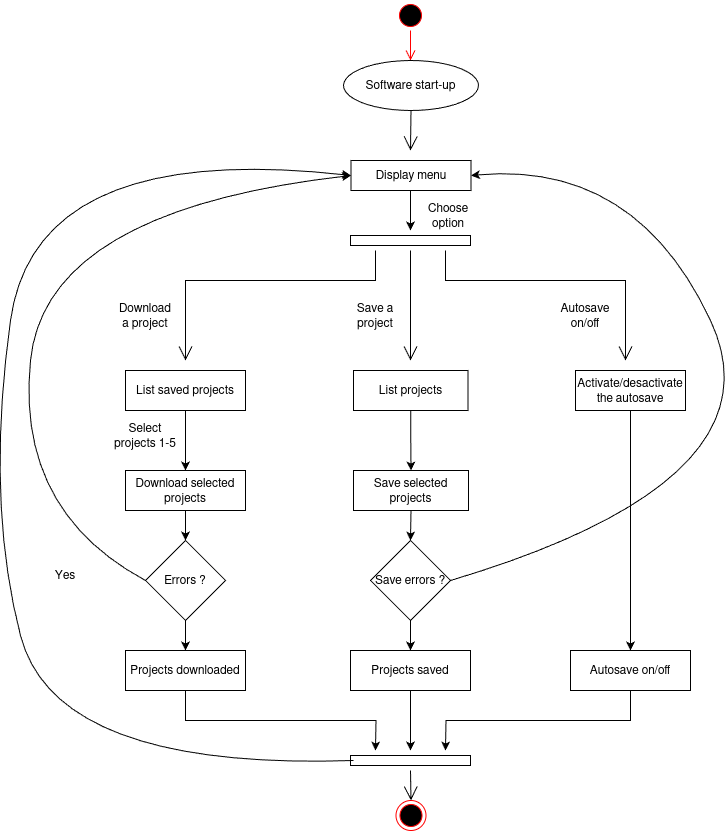
Above: ressources/activity_diagram.png in saadaouis/Projet_GL (draw.io), before the change. Source tidied: cells renumbered, new cells last; positions are measured from the earlier drawing's top-left corner, leaving out a move shared by most shapes. Its diagram source:
```xml
<mxGraphModel background="light-dark(#FFFFFF,#818181)">
  <root>
    <mxCell id="0" />
    <mxCell id="1" parent="0" />
    <mxCell id="2" style="ellipse;html=1;shape=startState;fillColor=#000000;strokeColor=#ff0000;" parent="1" vertex="1">
      <mxGeometry x="410" width="30" height="30" as="geometry" />
    </mxCell>
    <mxCell id="3" style="edgeStyle=orthogonalEdgeStyle;html=1;verticalAlign=bottom;endArrow=open;endSize=8;strokeColor=#ff0000;rounded=0;" parent="1" edge="1" source="2">
      <mxGeometry relative="1" as="geometry">
        <mxPoint x="425" y="60" as="targetPoint" />
      </mxGeometry>
    </mxCell>
    <mxCell id="4" value="Software start-up" style="ellipse;whiteSpace=wrap;html=1;" parent="1" vertex="1">
      <mxGeometry x="358" y="60" width="135" height="50" as="geometry" />
    </mxCell>
    <mxCell id="5" style="endArrow=open;endFill=1;endSize=12;html=1;rounded=0;exitX=0.5;exitY=1;exitDx=0;exitDy=0;" parent="1" edge="1" source="4">
      <mxGeometry relative="1" as="geometry">
        <mxPoint x="425" y="150" as="targetPoint" />
      </mxGeometry>
    </mxCell>
    <mxCell id="6" style="html=1;perimeter=orthogonalPerimeter;targetShapes=umlLifeline;newEdgeStyle={&quot;curved&quot;:0,&quot;rounded&quot;:0};rotation=90;" parent="1" vertex="1">
      <mxGeometry x="420" y="180" width="10" height="120" as="geometry" />
    </mxCell>
    <mxCell id="7" style="endArrow=open;endFill=1;endSize=12;html=1;rounded=0;" parent="1" edge="1">
      <mxGeometry relative="1" as="geometry">
        <mxPoint x="460" y="250" as="sourcePoint" />
        <mxPoint x="640" y="360" as="targetPoint" />
        <Array as="points">
          <mxPoint x="460" y="280" />
          <mxPoint x="640" y="280" />
        </Array>
      </mxGeometry>
    </mxCell>
    <mxCell id="8" style="endArrow=open;endFill=1;endSize=12;html=1;rounded=0;" parent="1" edge="1">
      <mxGeometry relative="1" as="geometry">
        <mxPoint x="425" y="250" as="sourcePoint" />
        <mxPoint x="425" y="360" as="targetPoint" />
        <Array as="points">
          <mxPoint x="425" y="320" />
          <mxPoint x="425" y="360" />
        </Array>
      </mxGeometry>
    </mxCell>
    <mxCell id="9" style="endArrow=open;endFill=1;endSize=12;html=1;rounded=0;" parent="1" edge="1">
      <mxGeometry relative="1" as="geometry">
        <mxPoint x="390" y="250" as="sourcePoint" />
        <mxPoint x="200" y="360" as="targetPoint" />
        <Array as="points">
          <mxPoint x="390" y="280" />
          <mxPoint x="200" y="280" />
        </Array>
      </mxGeometry>
    </mxCell>
    <mxCell id="10" value="Choose option" style="text;html=1;align=center;verticalAlign=middle;whiteSpace=wrap;rounded=0;" parent="1" vertex="1">
      <mxGeometry x="433" y="200" width="60" height="30" as="geometry" />
    </mxCell>
    <mxCell id="11" value="Download a project" style="text;html=1;align=center;verticalAlign=middle;whiteSpace=wrap;rounded=0;" parent="1" vertex="1">
      <mxGeometry x="130" y="300" width="60" height="30" as="geometry" />
    </mxCell>
    <mxCell id="12" value="Save a project" style="text;html=1;align=center;verticalAlign=middle;whiteSpace=wrap;rounded=0;" parent="1" vertex="1">
      <mxGeometry x="360" y="300" width="60" height="30" as="geometry" />
    </mxCell>
    <mxCell id="13" value="Autosave on/off" style="text;html=1;align=center;verticalAlign=middle;whiteSpace=wrap;rounded=0;" parent="1" vertex="1">
      <mxGeometry x="570" y="300" width="60" height="30" as="geometry" />
    </mxCell>
    <mxCell id="14" style="edgeStyle=orthogonalEdgeStyle;rounded=0;jettySize=auto;html=1;exitX=0.5;exitY=1;exitDx=0;exitDy=0;entryX=0.5;entryY=0;entryDx=0;entryDy=0;" parent="1" edge="1" source="15" target="23">
      <mxGeometry relative="1" as="geometry" />
    </mxCell>
    <mxCell id="15" value="List saved projects" style="rounded=0;whiteSpace=wrap;html=1;" parent="1" vertex="1">
      <mxGeometry x="140" y="370" width="120" height="40" as="geometry" />
    </mxCell>
    <mxCell id="16" value="Display menu" style="rounded=0;whiteSpace=wrap;html=1;" parent="1" vertex="1">
      <mxGeometry x="365.5" y="160" width="120" height="30" as="geometry" />
    </mxCell>
    <mxCell id="17" style="endArrow=classic;html=1;rounded=0;" parent="1" edge="1">
      <mxGeometry relative="1" as="geometry">
        <mxPoint x="425" y="190" as="sourcePoint" />
        <mxPoint x="425" y="230" as="targetPoint" />
      </mxGeometry>
    </mxCell>
    <mxCell id="18" style="edgeStyle=orthogonalEdgeStyle;rounded=0;jettySize=auto;html=1;exitX=0.5;exitY=1;exitDx=0;exitDy=0;entryX=0.5;entryY=0;entryDx=0;entryDy=0;" parent="1" edge="1" source="19" target="32">
      <mxGeometry relative="1" as="geometry" />
    </mxCell>
    <mxCell id="19" value="List projects" style="rounded=0;whiteSpace=wrap;html=1;" parent="1" vertex="1">
      <mxGeometry x="368" y="370" width="114.5" height="40" as="geometry" />
    </mxCell>
    <mxCell id="20" style="edgeStyle=orthogonalEdgeStyle;rounded=0;jettySize=auto;html=1;exitX=0.5;exitY=1;exitDx=0;exitDy=0;entryX=0.5;entryY=0;entryDx=0;entryDy=0;" parent="1" edge="1" source="21" target="39">
      <mxGeometry relative="1" as="geometry" />
    </mxCell>
    <mxCell id="21" value="Activate/desactivate the autosave" style="rounded=0;whiteSpace=wrap;html=1;" parent="1" vertex="1">
      <mxGeometry x="590" y="370" width="110" height="40" as="geometry" />
    </mxCell>
    <mxCell id="22" style="edgeStyle=orthogonalEdgeStyle;rounded=0;jettySize=auto;html=1;exitX=0.5;exitY=1;exitDx=0;exitDy=0;entryX=0.5;entryY=0;entryDx=0;entryDy=0;" parent="1" edge="1" source="23" target="26">
      <mxGeometry relative="1" as="geometry" />
    </mxCell>
    <mxCell id="23" value="Download selected projects" style="rounded=0;whiteSpace=wrap;html=1;" parent="1" vertex="1">
      <mxGeometry x="140" y="470" width="120" height="40" as="geometry" />
    </mxCell>
    <mxCell id="24" value="Select projects 1-5" style="text;html=1;align=center;verticalAlign=middle;whiteSpace=wrap;rounded=0;" parent="1" vertex="1">
      <mxGeometry x="125" y="420" width="70" height="30" as="geometry" />
    </mxCell>
    <mxCell id="25" style="edgeStyle=orthogonalEdgeStyle;rounded=0;jettySize=auto;html=1;exitX=0.5;exitY=1;exitDx=0;exitDy=0;entryX=0.5;entryY=0;entryDx=0;entryDy=0;" parent="1" edge="1" source="26" target="30">
      <mxGeometry relative="1" as="geometry" />
    </mxCell>
    <mxCell id="26" value="Errors ?" style="rhombus;whiteSpace=wrap;html=1;" parent="1" vertex="1">
      <mxGeometry x="160" y="540" width="80" height="80" as="geometry" />
    </mxCell>
    <mxCell id="27" style="curved=1;endArrow=classic;html=1;rounded=0;exitX=0;exitY=0.5;exitDx=0;exitDy=0;entryX=0;entryY=0.5;entryDx=0;entryDy=0;" parent="1" edge="1" source="26" target="16">
      <mxGeometry relative="1" as="geometry">
        <Array as="points">
          <mxPoint x="30" y="510" />
          <mxPoint x="60" y="210" />
        </Array>
      </mxGeometry>
    </mxCell>
    <mxCell id="28" value="Yes" style="text;html=1;align=center;verticalAlign=middle;whiteSpace=wrap;rounded=0;" parent="1" vertex="1">
      <mxGeometry x="50" y="560" width="60" height="30" as="geometry" />
    </mxCell>
    <mxCell id="29" style="edgeStyle=orthogonalEdgeStyle;rounded=0;jettySize=auto;html=1;exitX=0.5;exitY=1;exitDx=0;exitDy=0;" parent="1" edge="1" source="30">
      <mxGeometry relative="1" as="geometry">
        <mxPoint x="390" y="750" as="targetPoint" />
      </mxGeometry>
    </mxCell>
    <mxCell id="30" value="Projects downloaded" style="rounded=0;whiteSpace=wrap;html=1;" parent="1" vertex="1">
      <mxGeometry x="140" y="650" width="120" height="40" as="geometry" />
    </mxCell>
    <mxCell id="31" style="edgeStyle=orthogonalEdgeStyle;rounded=0;jettySize=auto;html=1;exitX=0.5;exitY=1;exitDx=0;exitDy=0;entryX=0.5;entryY=0;entryDx=0;entryDy=0;" parent="1" edge="1" source="32" target="34">
      <mxGeometry relative="1" as="geometry" />
    </mxCell>
    <mxCell id="32" value="Save selected projects" style="rounded=0;whiteSpace=wrap;html=1;" parent="1" vertex="1">
      <mxGeometry x="368" y="470" width="115" height="40" as="geometry" />
    </mxCell>
    <mxCell id="33" style="edgeStyle=orthogonalEdgeStyle;rounded=0;jettySize=auto;html=1;exitX=0.5;exitY=1;exitDx=0;exitDy=0;entryX=0.5;entryY=0;entryDx=0;entryDy=0;" parent="1" edge="1" source="34" target="37">
      <mxGeometry relative="1" as="geometry" />
    </mxCell>
    <mxCell id="34" value="Save errors ?" style="rhombus;whiteSpace=wrap;html=1;" parent="1" vertex="1">
      <mxGeometry x="385" y="540" width="80" height="80" as="geometry" />
    </mxCell>
    <mxCell id="35" style="curved=1;endArrow=classic;html=1;rounded=0;entryX=1;entryY=0.5;entryDx=0;entryDy=0;" parent="1" edge="1" target="16">
      <mxGeometry relative="1" as="geometry">
        <mxPoint x="465" y="580" as="sourcePoint" />
        <Array as="points">
          <mxPoint x="800" y="480" />
          <mxPoint x="650" y="160" />
        </Array>
      </mxGeometry>
    </mxCell>
    <mxCell id="36" style="edgeStyle=orthogonalEdgeStyle;rounded=0;jettySize=auto;html=1;exitX=0.5;exitY=1;exitDx=0;exitDy=0;" parent="1" edge="1" source="37">
      <mxGeometry relative="1" as="geometry">
        <mxPoint x="425" y="750" as="targetPoint" />
      </mxGeometry>
    </mxCell>
    <mxCell id="37" value="Projects saved" style="rounded=0;whiteSpace=wrap;html=1;" parent="1" vertex="1">
      <mxGeometry x="365" y="650" width="120" height="40" as="geometry" />
    </mxCell>
    <mxCell id="38" style="edgeStyle=orthogonalEdgeStyle;rounded=0;jettySize=auto;html=1;exitX=0.5;exitY=1;exitDx=0;exitDy=0;" parent="1" edge="1" source="39">
      <mxGeometry relative="1" as="geometry">
        <mxPoint x="460" y="750" as="targetPoint" />
      </mxGeometry>
    </mxCell>
    <mxCell id="39" value="Autosave on/off" style="rounded=0;whiteSpace=wrap;html=1;" parent="1" vertex="1">
      <mxGeometry x="585" y="650" width="120" height="40" as="geometry" />
    </mxCell>
    <mxCell id="40" style="html=1;perimeter=orthogonalPerimeter;targetShapes=umlLifeline;newEdgeStyle={&quot;curved&quot;:0,&quot;rounded&quot;:0};rotation=90;" parent="1" vertex="1">
      <mxGeometry x="420" y="700" width="10" height="120" as="geometry" />
    </mxCell>
    <mxCell id="41" style="curved=1;endArrow=classic;html=1;rounded=0;entryX=0;entryY=0.5;entryDx=0;entryDy=0;" parent="1" edge="1" target="16">
      <mxGeometry relative="1" as="geometry">
        <mxPoint x="368" y="760" as="sourcePoint" />
        <Array as="points">
          <mxPoint x="70" y="770" />
          <mxPoint y="500" />
          <mxPoint x="50" y="140" />
        </Array>
      </mxGeometry>
    </mxCell>
    <mxCell id="42" style="ellipse;html=1;shape=endState;fillColor=#000000;strokeColor=#ff0000;" parent="1" vertex="1">
      <mxGeometry x="410.5" y="800" width="30" height="30" as="geometry" />
    </mxCell>
    <mxCell id="43" style="endArrow=open;endFill=1;endSize=12;html=1;rounded=0;entryX=0.5;entryY=0;entryDx=0;entryDy=0;" parent="1" edge="1" target="42">
      <mxGeometry relative="1" as="geometry">
        <mxPoint x="425" y="770" as="sourcePoint" />
      </mxGeometry>
    </mxCell>
  </root>
</mxGraphModel>
```
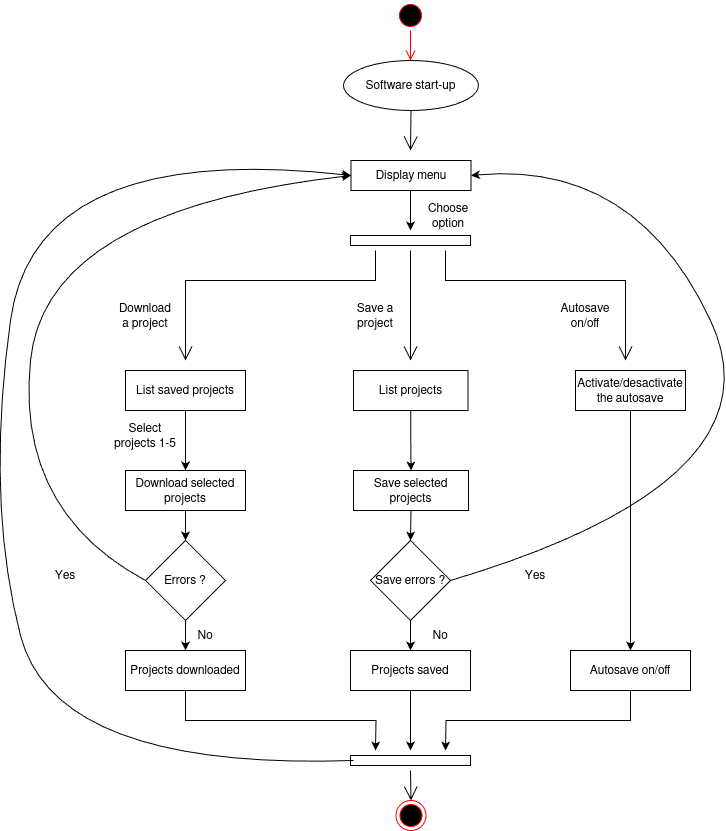
The same diagram one commit later.

Commit message:
fixed the activity diagram

Diff of the diagram source:
```diff
@@ -182,5 +182,14 @@
         <mxPoint x="425" y="770" as="sourcePoint" />
       </mxGeometry>
     </mxCell>
+    <mxCell id="44" value="No" style="text;html=1;align=center;verticalAlign=middle;whiteSpace=wrap;rounded=0;" parent="1" vertex="1">
+      <mxGeometry x="190" y="620" width="60" height="30" as="geometry" />
+    </mxCell>
+    <mxCell id="45" value="Yes" style="text;html=1;align=center;verticalAlign=middle;whiteSpace=wrap;rounded=0;" parent="1" vertex="1">
+      <mxGeometry x="520" y="560" width="60" height="30" as="geometry" />
+    </mxCell>
+    <mxCell id="46" value="No" style="text;html=1;align=center;verticalAlign=middle;whiteSpace=wrap;rounded=0;" parent="1" vertex="1">
+      <mxGeometry x="425" y="620" width="60" height="30" as="geometry" />
+    </mxCell>
   </root>
 </mxGraphModel>
```
